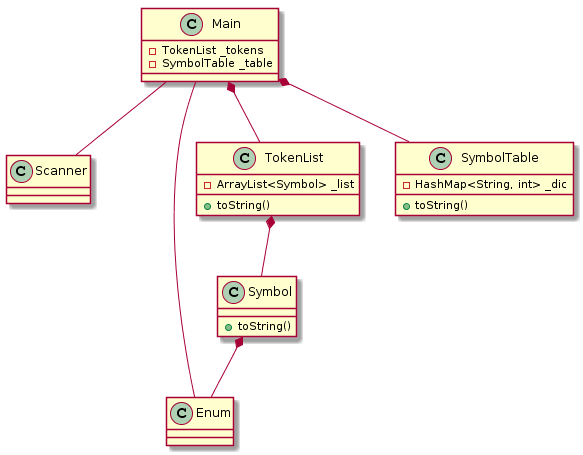
Above: doc/img/class_diag.png in denishoornaert/INFO-F403-IMP (PlantUML), before the change.
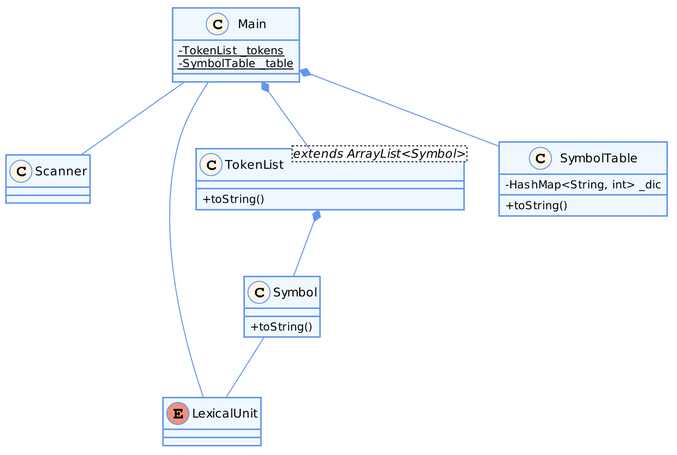
After the change.

The edit, as a diff of the source:
```diff
@@ -1,21 +1,34 @@
 @startuml
+skinparam classAttributeIconSize 0
+
+skinparam shadowing false
+
+skinparam dpi 200
+
+skinparam class {
+  BackgroundColor AliceBlue
+  ArrowColor CornflowerBlue
+  BorderColor CornflowerBlue
+}
+skinparam stereotypeCBackgroundColor OldLace
+
+
 class Main {
-  - TokenList _tokens
-  - SymbolTable _table
+  {static} - TokenList _tokens
+  {static} - SymbolTable _table
 }
 
 class Scanner {
 }
 
-class Enum {
+enum LexicalUnit {
 }
 
 class Symbol {
   + toString()
 }
 
-class TokenList {
-  - ArrayList<Symbol> _list
+class TokenList<extends ArrayList<Symbol>> {
   + toString()
 }
 
@@ -24,10 +37,10 @@
   + toString()
 }
 
-Main -- Enum
 Main *-- TokenList
 Main *-- SymbolTable
+Main -- LexicalUnit
 Main -- Scanner
 TokenList *-- Symbol
-Symbol *-- Enum
+Symbol -- LexicalUnit
 @enduml
```
